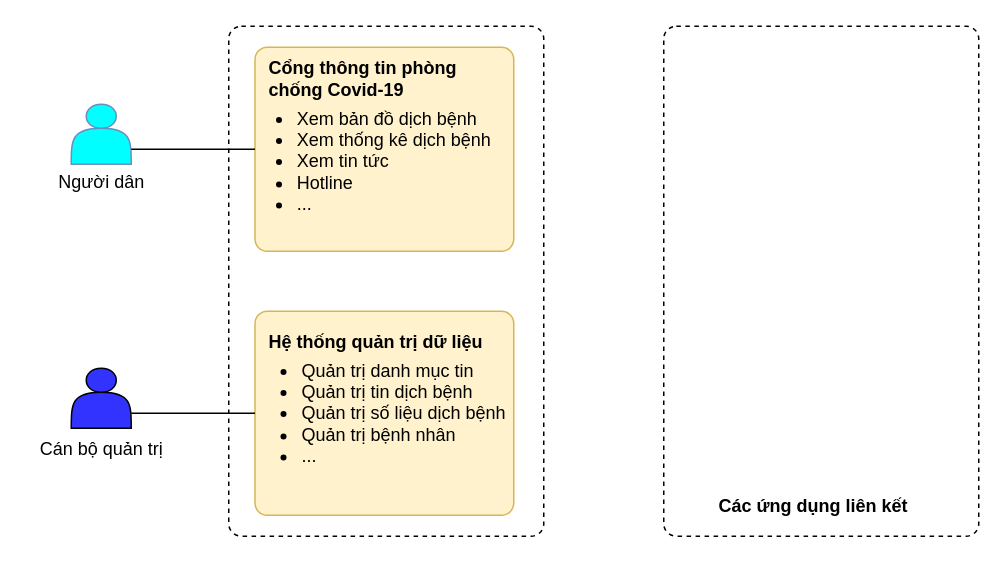
Above: Biểu đồ không có tiêu đề.drawio in mitgaming/drawio (draw.io), before the change. Source tidied: cells renumbered, new cells numbered last; positions are measured from the earlier drawing's top-left corner, leaving out a move shared by most shapes. Both pictures are drawn from the tidied source at 150%, with x=0, y=0 at pixel (26, 26).
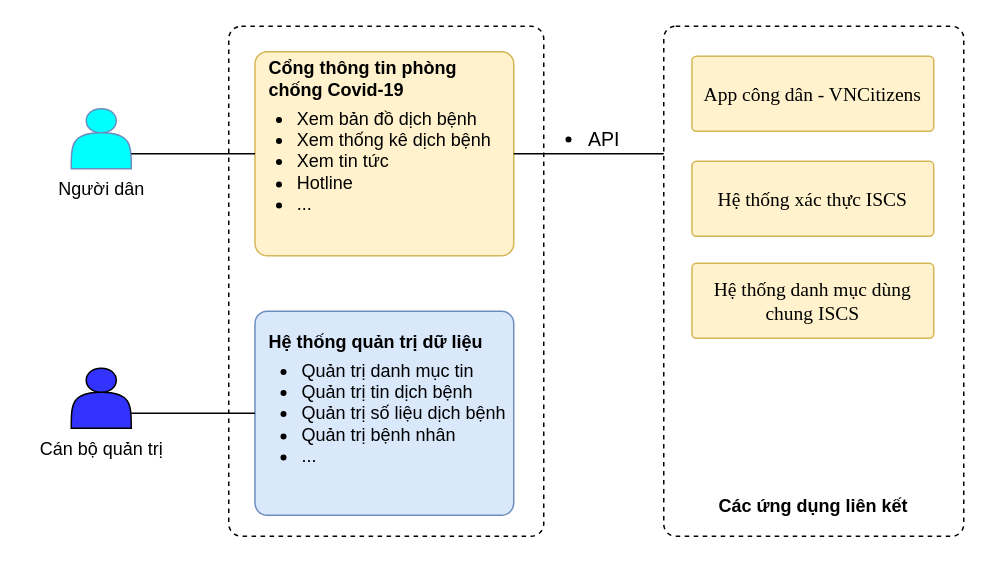
Above is the later version.

Commit message (it also covers changes not shown here):
Cập nhật Biểu đồ không có tiêu đề.drawio

The edit, as a diff of the source:
```diff
@@
     <mxCell id="2" style="shape=actor;whiteSpace=wrap;html=1;fillColor=#00FFFF;strokeColor=#6c8ebf;" parent="1" vertex="1">
-      <mxGeometry x="30" y="52" width="40" height="40" as="geometry" />
+      <mxGeometry x="30" y="55" width="40" height="40" as="geometry" />
     </mxCell>
     <mxCell id="3" value="Người dân" style="text;html=1;align=center;verticalAlign=middle;strokeColor=none;fillColor=none;" parent="1" vertex="1">
-      <mxGeometry x="15" y="94" width="70" height="20" as="geometry" />
+      <mxGeometry x="15" y="99" width="70" height="20" as="geometry" />
     </mxCell>
@@
     <mxCell id="5" style="rounded=1;whiteSpace=wrap;html=1;fillColor=#fff2cc;arcSize=6;strokeColor=#d6b656;" parent="1" vertex="1">
-      <mxGeometry x="152.5" y="14" width="172.5" height="136" as="geometry" />
+      <mxGeometry x="152.5" y="17" width="172.5" height="136" as="geometry" />
     </mxCell>
@@
-    <mxCell id="8" style="rounded=1;whiteSpace=wrap;html=1;fillColor=#fff2cc;arcSize=6;strokeColor=#d6b656;" parent="1" vertex="1">
+    <mxCell id="8" style="rounded=1;whiteSpace=wrap;html=1;fillColor=#dae8fc;arcSize=6;strokeColor=#6c8ebf;" parent="1" vertex="1">
       <mxGeometry x="152.5" y="190" width="172.5" height="136" as="geometry" />
     </mxCell>
@@
     <mxCell id="15" style="rounded=1;whiteSpace=wrap;html=1;dashed=1;fillColor=default;arcSize=4;" parent="1" vertex="1">
-      <mxGeometry x="425" width="210" height="340" as="geometry" />
+      <mxGeometry x="425" width="200" height="340" as="geometry" />
     </mxCell>
@@
+    <mxCell id="17" value="&lt;font style=&quot;font-size: 13px&quot;&gt;&lt;span style=&quot;line-height: 150% ; font-family: &amp;#34;times new roman&amp;#34; , serif&quot;&gt;A&lt;/span&gt;&lt;span lang=&quot;VI&quot; style=&quot;line-height: 150% ; font-family: &amp;#34;times new roman&amp;#34; , serif&quot;&gt;pp công dân&lt;/span&gt;&lt;span style=&quot;line-height: 150% ; font-family: &amp;#34;times new roman&amp;#34; , serif&quot;&gt; - VNCitizens&lt;/span&gt;&lt;/font&gt;" style="rounded=1;whiteSpace=wrap;html=1;fillColor=#fff2cc;arcSize=6;strokeColor=#d6b656;align=center;" parent="1" vertex="1">
+      <mxGeometry x="443.8" y="20" width="161.2" height="50" as="geometry" />
+    </mxCell>
+    <mxCell id="18" value="&lt;font face=&quot;times new roman, serif&quot;&gt;&lt;span style=&quot;font-size: 13px&quot;&gt;Hệ thống xác thực ISCS&lt;/span&gt;&lt;/font&gt;" style="rounded=1;whiteSpace=wrap;html=1;fillColor=#fff2cc;arcSize=6;strokeColor=#d6b656;align=center;" parent="1" vertex="1">
+      <mxGeometry x="443.8" y="90" width="161.2" height="50" as="geometry" />
+    </mxCell>
+    <mxCell id="19" value="&lt;font face=&quot;times new roman, serif&quot;&gt;&lt;span style=&quot;font-size: 13px&quot;&gt;Hệ thống danh mục dùng chung ISCS&lt;/span&gt;&lt;/font&gt;" style="rounded=1;whiteSpace=wrap;html=1;fillColor=#fff2cc;arcSize=6;strokeColor=#d6b656;align=center;" parent="1" vertex="1">
+      <mxGeometry x="443.8" y="158" width="161.2" height="50" as="geometry" />
+    </mxCell>
+    <mxCell id="20" style="endArrow=none;html=1;rounded=0;fontSize=13;exitX=1;exitY=0.5;exitDx=0;exitDy=0;entryX=0;entryY=0.25;entryDx=0;entryDy=0;" parent="1" edge="1" source="5" target="15">
+      <mxGeometry relative="1" as="geometry" />
+    </mxCell>
+    <mxCell id="21" value="&lt;ul&gt;&lt;li&gt;API&lt;/li&gt;&lt;/ul&gt;" style="text;html=1;align=center;verticalAlign=middle;strokeColor=none;fillColor=none;fontSize=13;" parent="1" vertex="1">
+      <mxGeometry x="325" y="50" width="80" height="50" as="geometry" />
+    </mxCell>
```
